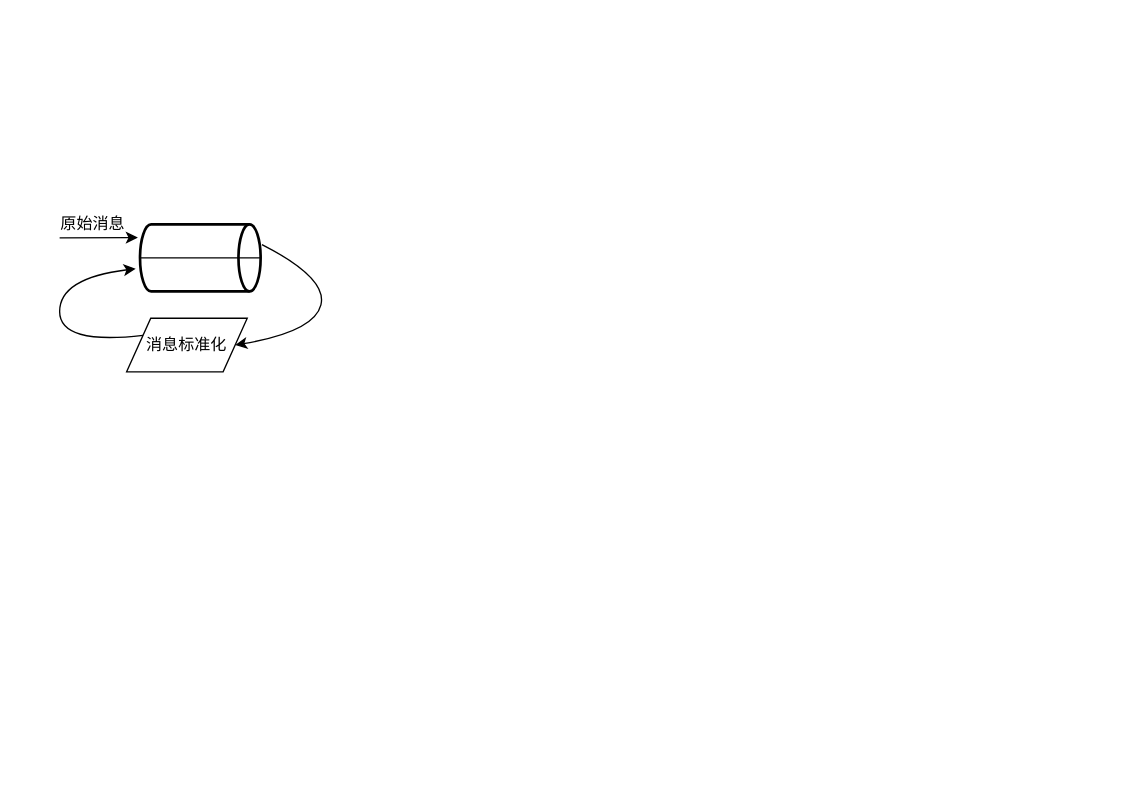
superjoeye/adhoc keeps this draw.io diagram as MA_msg_data_flow.drawio. Above is the earlier version. Source tidied: cells renumbered, new cells numbered last; positions are measured from the earlier drawing's top-left corner, leaving out a move shared by most shapes. Both pictures are drawn from the tidied source at 134%, with x=0, y=0 at pixel (59, 210).
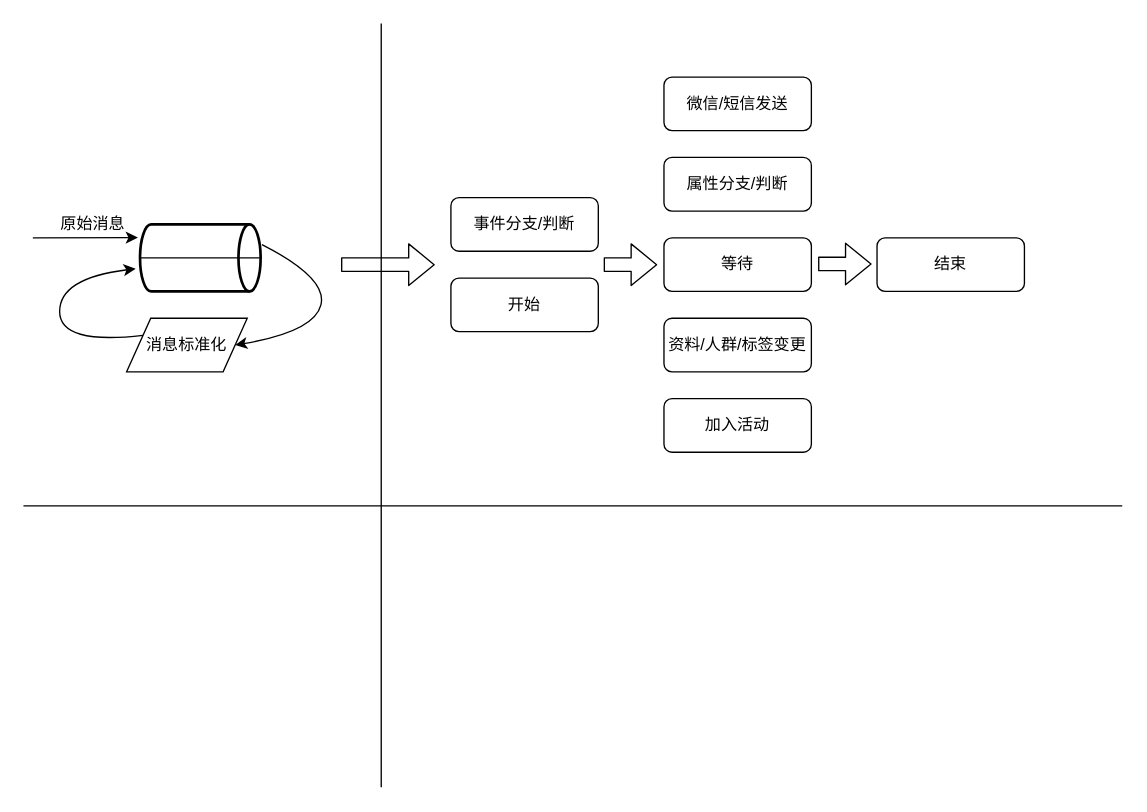
The same diagram, later.

The change refers to these unchanged cells:
```xml
<mxCell id="3" style="strokeWidth=2;html=1;shape=mxgraph.flowchart.direct_data;whiteSpace=wrap;" parent="2" vertex="1">
  <mxGeometry width="90" height="50" as="geometry" />
</mxCell>
```

Diff of the diagram source:
```diff
@@
     <mxCell id="6" style="endArrow=classic;html=1;entryX=-0.018;entryY=0.196;entryDx=0;entryDy=0;entryPerimeter=0;" parent="1" edge="1" target="3">
       <mxGeometry relative="1" as="geometry">
-        <mxPoint y="20" as="sourcePoint" />
+        <mxPoint x="-20" y="20" as="sourcePoint" />
       </mxGeometry>
     </mxCell>
@@
+    <mxCell id="10" style="endArrow=none;html=1;" parent="1" edge="1">
+      <mxGeometry relative="1" as="geometry">
+        <mxPoint x="240" y="430" as="sourcePoint" />
+        <mxPoint x="240" y="-140" as="targetPoint" />
+      </mxGeometry>
+    </mxCell>
+    <mxCell id="11" value="开始" style="rounded=1;whiteSpace=wrap;html=1;" parent="1" vertex="1">
+      <mxGeometry x="292" y="50" width="110" height="40" as="geometry" />
+    </mxCell>
+    <mxCell id="12" value="事件分支/判断" style="rounded=1;whiteSpace=wrap;html=1;" parent="1" vertex="1">
+      <mxGeometry x="292" y="-10" width="110" height="40" as="geometry" />
+    </mxCell>
+    <mxCell id="13" value="属性分支/判断" style="rounded=1;whiteSpace=wrap;html=1;" parent="1" vertex="1">
+      <mxGeometry x="451" y="-40" width="110" height="40" as="geometry" />
+    </mxCell>
+    <mxCell id="14" value="等待" style="rounded=1;whiteSpace=wrap;html=1;" parent="1" vertex="1">
+      <mxGeometry x="451" y="20" width="110" height="40" as="geometry" />
+    </mxCell>
+    <mxCell id="15" value="微信/短信发送" style="rounded=1;whiteSpace=wrap;html=1;" parent="1" vertex="1">
+      <mxGeometry x="451" y="-100" width="110" height="40" as="geometry" />
+    </mxCell>
+    <mxCell id="16" value="资料/人群/标签变更" style="rounded=1;whiteSpace=wrap;html=1;" parent="1" vertex="1">
+      <mxGeometry x="451" y="80" width="110" height="40" as="geometry" />
+    </mxCell>
+    <mxCell id="17" value="结束" style="rounded=1;whiteSpace=wrap;html=1;" parent="1" vertex="1">
+      <mxGeometry x="610" y="20" width="110" height="40" as="geometry" />
+    </mxCell>
+    <mxCell id="18" value="加入活动" style="rounded=1;whiteSpace=wrap;html=1;" parent="1" vertex="1">
+      <mxGeometry x="451" y="140" width="110" height="40" as="geometry" />
+    </mxCell>
+    <mxCell id="19" style="shape=flexArrow;endArrow=classic;html=1;" parent="1" edge="1">
+      <mxGeometry relative="1" as="geometry">
+        <mxPoint x="210" y="40" as="sourcePoint" />
+        <mxPoint x="280" y="40" as="targetPoint" />
+      </mxGeometry>
+    </mxCell>
+    <mxCell id="20" style="shape=flexArrow;endArrow=classic;html=1;" parent="1" edge="1">
+      <mxGeometry relative="1" as="geometry">
+        <mxPoint x="406" y="40" as="sourcePoint" />
+        <mxPoint x="446" y="40" as="targetPoint" />
+      </mxGeometry>
+    </mxCell>
+    <mxCell id="21" style="shape=flexArrow;endArrow=classic;html=1;" parent="1" edge="1">
+      <mxGeometry relative="1" as="geometry">
+        <mxPoint x="566" y="39.5" as="sourcePoint" />
+        <mxPoint x="606" y="39.5" as="targetPoint" />
+      </mxGeometry>
+    </mxCell>
+    <mxCell id="22" style="endArrow=none;html=1;" parent="1" edge="1">
+      <mxGeometry relative="1" as="geometry">
+        <mxPoint x="-27" y="220" as="sourcePoint" />
+        <mxPoint x="793" y="220" as="targetPoint" />
+      </mxGeometry>
+    </mxCell>
```
